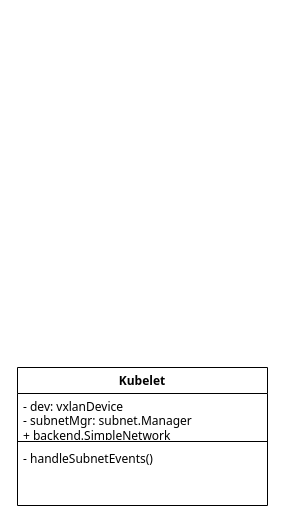
caijiatao/go-lib keeps this draw.io diagram as docs/kubelet.drawio. Above is the earlier version. Source tidied: cells renumbered, new cells numbered last; positions are measured from the earlier drawing's top-left corner, leaving out a move shared by most shapes. Both pictures are drawn from the tidied source at 100%, with x=0, y=0 at pixel (17, 367).
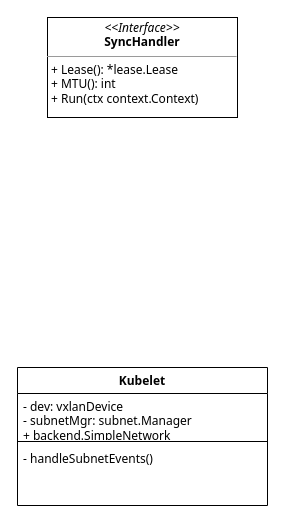
The same diagram, later.

What changed in the source:
```diff
@@
 <mxGraphModel>
   <root>
     <mxCell id="0" />
     <mxCell id="1" parent="0" />
     <mxCell id="2" value="Kubelet" style="swimlane;fontStyle=1;align=center;verticalAlign=top;horizontal=1;startSize=26;whiteSpace=wrap;html=1;fontFamily=Tahoma;" parent="1" vertex="1">
       <mxGeometry width="250" height="138" as="geometry" />
     </mxCell>
     <mxCell id="3" value="- dev:&amp;nbsp;vxlanDevice&lt;br&gt;-&amp;nbsp;subnetMgr: subnet.Manager&lt;br&gt;+ backend.SimpleNetwork" style="text;strokeColor=none;fillColor=none;align=left;verticalAlign=top;spacingLeft=4;spacingRight=4;overflow=hidden;whiteSpace=wrap;html=1;fontFamily=Tahoma;" parent="2" vertex="1">
       <mxGeometry y="26" width="250" height="44" as="geometry" />
     </mxCell>
     <mxCell id="4" style="line;strokeWidth=1;fillColor=none;align=left;verticalAlign=middle;spacingTop=-1;spacingLeft=3;spacingRight=3;labelPosition=right;strokeColor=inherit;fontFamily=Tahoma;" parent="2" vertex="1">
       <mxGeometry y="70" width="250" height="8" as="geometry" />
     </mxCell>
     <mxCell id="5" value="-&amp;nbsp;handleSubnetEvents()" style="text;strokeColor=none;fillColor=none;align=left;verticalAlign=top;spacingLeft=4;spacingRight=4;overflow=hidden;whiteSpace=wrap;html=1;fontFamily=Tahoma;" parent="2" vertex="1">
       <mxGeometry y="78" width="250" height="60" as="geometry" />
     </mxCell>
+    <mxCell id="6" value="&lt;p style=&quot;margin:0px;margin-top:4px;text-align:center;&quot;&gt;&lt;i&gt;&amp;lt;&amp;lt;Interface&amp;gt;&amp;gt;&lt;/i&gt;&lt;br&gt;&lt;b&gt;SyncHandler&lt;/b&gt;&lt;br&gt;&lt;/p&gt;&lt;hr size=&quot;1&quot;&gt;&lt;p style=&quot;margin:0px;margin-left:4px;&quot;&gt;+ Lease(): *lease.Lease&lt;/p&gt;&lt;p style=&quot;margin:0px;margin-left:4px;&quot;&gt;+ MTU(): int&lt;/p&gt;&lt;p style=&quot;margin:0px;margin-left:4px;&quot;&gt;&lt;span style=&quot;background-color: initial;&quot;&gt;+ Run(ctx context.Context)&lt;/span&gt;&lt;/p&gt;" style="verticalAlign=top;align=left;overflow=fill;fontSize=12;fontFamily=Tahoma;html=1;whiteSpace=wrap;" parent="1" vertex="1">
+      <mxGeometry x="30" y="-350" width="190" height="100" as="geometry" />
+    </mxCell>
   </root>
 </mxGraphModel>
```
